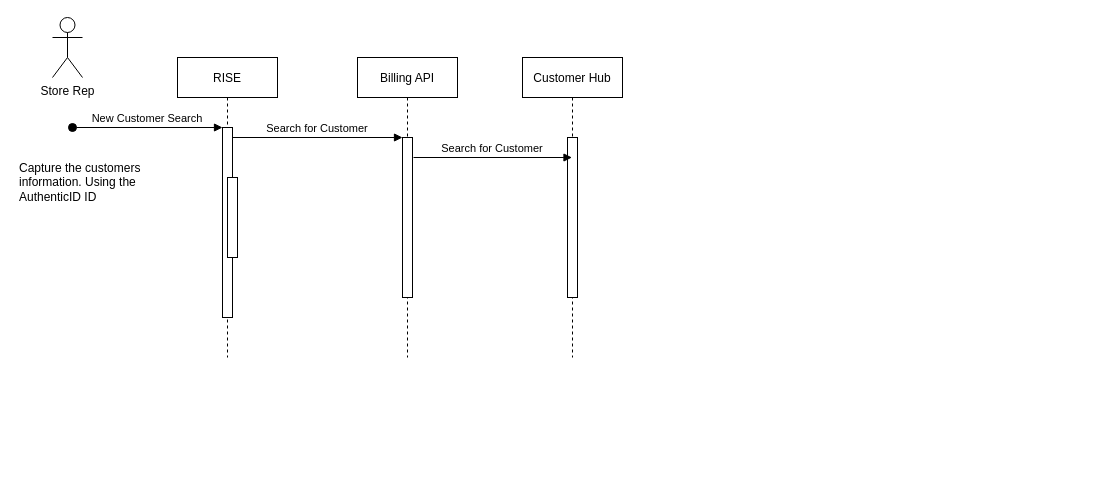
This is New_Customer.drawio from ilokos/NCIM, a draw.io file, before an edit. Source tidied: cells renumbered, new cells numbered last; positions are measured from the earlier drawing's top-left corner, leaving out a move shared by most shapes. Both pictures are drawn from the tidied source at 100%, with x=0, y=0 at pixel (17, 17).
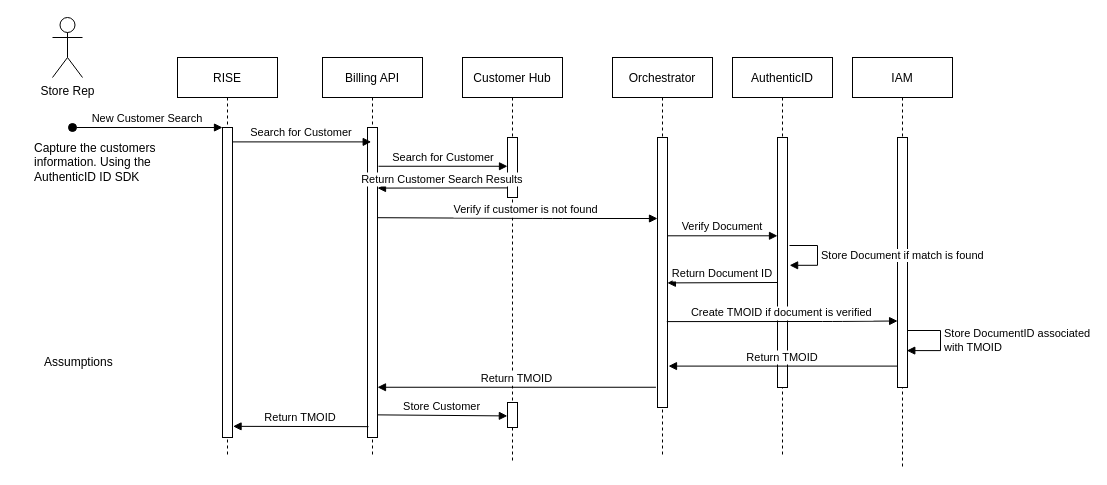
Above is the later version.

Change to the diagram source:
```diff
@@
     <mxCell id="2" value="RISE" style="shape=umlLifeline;perimeter=lifelinePerimeter;rounded=0;shadow=0;strokeWidth=1;" parent="1" vertex="1">
-      <mxGeometry x="160" y="40" width="100" height="300" as="geometry" />
+      <mxGeometry x="160" y="40" width="100" height="400" as="geometry" />
     </mxCell>
     <mxCell id="3" style="points=[];perimeter=orthogonalPerimeter;rounded=0;shadow=0;strokeWidth=1;" parent="2" vertex="1">
-      <mxGeometry x="45" y="70" width="10" height="190" as="geometry" />
+      <mxGeometry x="45" y="70" width="10" height="310" as="geometry" />
     </mxCell>
@@
-    <mxCell id="5" style="perimeter=orthogonalPerimeter;rounded=0;shadow=0;strokeWidth=1;" parent="2" vertex="1">
-      <mxGeometry x="50" y="120" width="10" height="80" as="geometry" />
-    </mxCell>
     <mxCell id="6" value="Billing API" style="shape=umlLifeline;perimeter=lifelinePerimeter;rounded=0;shadow=0;strokeWidth=1;" parent="1" vertex="1">
-      <mxGeometry x="340" y="40" width="100" height="300" as="geometry" />
+      <mxGeometry x="305" y="40" width="100" height="400" as="geometry" />
     </mxCell>
     <mxCell id="7" style="points=[];perimeter=orthogonalPerimeter;rounded=0;shadow=0;strokeWidth=1;" parent="6" vertex="1">
-      <mxGeometry x="45" y="80" width="10" height="160" as="geometry" />
+      <mxGeometry x="45" y="70" width="10" height="310" as="geometry" />
     </mxCell>
-    <mxCell id="8" value="Search for Customer" style="verticalAlign=bottom;endArrow=block;entryX=0;entryY=0;shadow=0;strokeWidth=1;" parent="1" edge="1" source="3" target="7">
-      <mxGeometry relative="1" as="geometry" />
+    <mxCell id="8" value="Search for Customer" style="verticalAlign=bottom;endArrow=block;entryX=0.487;entryY=0.261;shadow=0;strokeWidth=1;entryDx=0;entryDy=0;entryPerimeter=0;" parent="1" edge="1">
+      <mxGeometry relative="1" as="geometry">
+        <mxPoint x="215" y="124.4" as="sourcePoint" />
+        <mxPoint x="353.7" y="124.4" as="targetPoint" />
+      </mxGeometry>
     </mxCell>
@@
     <mxCell id="10" value="Customer Hub" style="shape=umlLifeline;perimeter=lifelinePerimeter;rounded=0;shadow=0;strokeWidth=1;" parent="1" vertex="1">
-      <mxGeometry x="505" y="40" width="100" height="300" as="geometry" />
+      <mxGeometry x="445" y="40" width="100" height="405" as="geometry" />
     </mxCell>
-    <mxCell id="11" style="perimeter=orthogonalPerimeter;rounded=0;shadow=0;strokeWidth=1;" parent="10" vertex="1">
-      <mxGeometry x="45" y="80" width="10" height="160" as="geometry" />
-    </mxCell>
+    <mxCell id="14" style="html=1;points=[];perimeter=orthogonalPerimeter;" parent="10" vertex="1">
+      <mxGeometry x="45" y="80" width="10" height="60" as="geometry" />
+    </mxCell>
+    <mxCell id="15" style="html=1;points=[];perimeter=orthogonalPerimeter;" parent="10" vertex="1">
+      <mxGeometry x="45" y="345" width="10" height="25" as="geometry" />
+    </mxCell>
-    <mxCell id="12" value="Search for Customer" style="verticalAlign=bottom;endArrow=block;shadow=0;strokeWidth=1;exitX=1.1;exitY=0.125;exitDx=0;exitDy=0;exitPerimeter=0;" parent="1" edge="1" source="7" target="10">
+    <mxCell id="12" value="Search for Customer" style="verticalAlign=bottom;endArrow=block;shadow=0;strokeWidth=1;exitX=1.1;exitY=0.125;exitDx=0;exitDy=0;exitPerimeter=0;" parent="1" edge="1" source="7" target="14">
       <mxGeometry relative="1" as="geometry" />
     </mxCell>
-    <mxCell id="13" value="Capture the customers information. Using the AuthenticID ID" style="text;html=1;strokeColor=none;fillColor=none;align=left;verticalAlign=middle;whiteSpace=wrap;rounded=0;" parent="1" vertex="1">
-      <mxGeometry y="140" width="160" height="50" as="geometry" />
+    <mxCell id="13" value="Capture the customers information. Using the AuthenticID ID SDK" style="text;html=1;strokeColor=none;fillColor=none;align=left;verticalAlign=middle;whiteSpace=wrap;rounded=0;" parent="1" vertex="1">
+      <mxGeometry x="15" y="120" width="160" height="50" as="geometry" />
     </mxCell>
+    <mxCell id="16" value="Orchestrator" style="shape=umlLifeline;perimeter=lifelinePerimeter;rounded=0;shadow=0;strokeWidth=1;" parent="1" vertex="1">
+      <mxGeometry x="595" y="40" width="100" height="400" as="geometry" />
+    </mxCell>
+    <mxCell id="17" style="points=[];perimeter=orthogonalPerimeter;rounded=0;shadow=0;strokeWidth=1;" parent="16" vertex="1">
+      <mxGeometry x="45" y="80" width="10" height="270" as="geometry" />
+    </mxCell>
+    <mxCell id="18" value="Return Customer Search Results" style="verticalAlign=bottom;endArrow=block;shadow=0;strokeWidth=1;exitX=-0.014;exitY=0.84;exitDx=0;exitDy=0;exitPerimeter=0;" parent="1" edge="1" source="14">
+      <mxGeometry relative="1" as="geometry">
+        <mxPoint x="360" y="170.6" as="targetPoint" />
+      </mxGeometry>
+    </mxCell>
+    <mxCell id="19" value="Assumptions" style="text;html=1;strokeColor=none;fillColor=none;align=left;verticalAlign=middle;whiteSpace=wrap;rounded=0;" parent="1" vertex="1">
+      <mxGeometry x="25" y="320" width="160" height="50" as="geometry" />
+    </mxCell>
+    <mxCell id="20" value="IAM" style="shape=umlLifeline;perimeter=lifelinePerimeter;rounded=0;shadow=0;strokeWidth=1;" parent="1" vertex="1">
+      <mxGeometry x="835" y="40" width="100" height="410" as="geometry" />
+    </mxCell>
+    <mxCell id="21" style="perimeter=orthogonalPerimeter;rounded=0;shadow=0;strokeWidth=1;" parent="20" vertex="1">
+      <mxGeometry x="45" y="80" width="10" height="250" as="geometry" />
+    </mxCell>
+    <mxCell id="22" value="Store DocumentID associated &lt;br&gt;with TMOID" style="edgeStyle=orthogonalEdgeStyle;html=1;align=left;spacingLeft=2;endArrow=block;rounded=0;entryX=0.929;entryY=0.87;entryDx=0;entryDy=0;entryPerimeter=0;" parent="20" edge="1">
+      <mxGeometry relative="1" as="geometry">
+        <mxPoint x="55" y="273" as="sourcePoint" />
+        <mxPoint x="54.3" y="293.1" as="targetPoint" />
+        <Array as="points">
+          <mxPoint x="88" y="273" />
+          <mxPoint x="88" y="293" />
+        </Array>
+      </mxGeometry>
+    </mxCell>
+    <mxCell id="23" value="Verify if customer is not found" style="verticalAlign=bottom;endArrow=block;shadow=0;strokeWidth=1;exitX=0.957;exitY=0.273;exitDx=0;exitDy=0;exitPerimeter=0;" parent="1" edge="1">
+      <mxGeometry x="0.28" y="30" relative="1" as="geometry">
+        <mxPoint x="359.6" y="200.2" as="sourcePoint" />
+        <mxPoint x="640" y="201" as="targetPoint" />
+        <Array as="points">
+          <mxPoint x="535" y="201" />
+        </Array>
+        <mxPoint x="-30" y="30" as="offset" />
+      </mxGeometry>
+    </mxCell>
+    <mxCell id="24" value="AuthenticID" style="shape=umlLifeline;perimeter=lifelinePerimeter;rounded=0;shadow=0;strokeWidth=1;" parent="1" vertex="1">
+      <mxGeometry x="715" y="40" width="100" height="400" as="geometry" />
+    </mxCell>
+    <mxCell id="25" style="perimeter=orthogonalPerimeter;rounded=0;shadow=0;strokeWidth=1;" parent="24" vertex="1">
+      <mxGeometry x="45" y="80" width="10" height="250" as="geometry" />
+    </mxCell>
+    <mxCell id="26" value="Verify Document" style="verticalAlign=bottom;endArrow=block;shadow=0;strokeWidth=1;exitX=1.071;exitY=0.757;exitDx=0;exitDy=0;exitPerimeter=0;" parent="24" edge="1">
+      <mxGeometry relative="1" as="geometry">
+        <mxPoint x="-65" y="178.3" as="sourcePoint" />
+        <mxPoint x="45" y="178.3" as="targetPoint" />
+      </mxGeometry>
+    </mxCell>
+    <mxCell id="27" value="Store Document if match is found" style="edgeStyle=orthogonalEdgeStyle;html=1;align=left;spacingLeft=2;endArrow=block;rounded=0;entryX=1.214;entryY=0.523;entryDx=0;entryDy=0;entryPerimeter=0;" parent="24" edge="1">
+      <mxGeometry relative="1" as="geometry">
+        <mxPoint x="57" y="188" as="sourcePoint" />
+        <mxPoint x="57.1" y="207.8" as="targetPoint" />
+        <Array as="points">
+          <mxPoint x="85" y="188" />
+          <mxPoint x="85" y="208" />
+        </Array>
+      </mxGeometry>
+    </mxCell>
+    <mxCell id="28" value="Create TMOID if document is verified" style="verticalAlign=bottom;endArrow=block;shadow=0;strokeWidth=1;exitX=0.929;exitY=0.515;exitDx=0;exitDy=0;exitPerimeter=0;entryX=0.014;entryY=0.512;entryDx=0;entryDy=0;entryPerimeter=0;" parent="1" edge="1">
+      <mxGeometry relative="1" as="geometry">
+        <mxPoint x="649.3" y="304.1" as="sourcePoint" />
+        <mxPoint x="880.1" y="303.5" as="targetPoint" />
+        <Array as="points">
+          <mxPoint x="815" y="304" />
+        </Array>
+      </mxGeometry>
+    </mxCell>
+    <mxCell id="29" value="Return TMOID" style="verticalAlign=bottom;endArrow=block;shadow=0;strokeWidth=1;exitX=-0.1;exitY=0.665;exitDx=0;exitDy=0;exitPerimeter=0;" parent="1" edge="1">
+      <mxGeometry relative="1" as="geometry">
+        <mxPoint x="880" y="348.6" as="sourcePoint" />
+        <mxPoint x="651" y="348.6" as="targetPoint" />
+      </mxGeometry>
+    </mxCell>
+    <mxCell id="30" value="Return Document ID" style="verticalAlign=bottom;endArrow=block;shadow=0;strokeWidth=1;entryX=0.986;entryY=0.597;entryDx=0;entryDy=0;entryPerimeter=0;" parent="1" edge="1">
+      <mxGeometry relative="1" as="geometry">
+        <mxPoint x="760" y="265" as="sourcePoint" />
+        <mxPoint x="649.9" y="265.4" as="targetPoint" />
+      </mxGeometry>
+    </mxCell>
+    <mxCell id="31" value="Return TMOID" style="verticalAlign=bottom;endArrow=block;shadow=0;strokeWidth=1;exitX=-0.157;exitY=0.925;exitDx=0;exitDy=0;exitPerimeter=0;" parent="1" edge="1" source="17" target="7">
+      <mxGeometry relative="1" as="geometry" />
+    </mxCell>
+    <mxCell id="32" value="Return TMOID" style="verticalAlign=bottom;endArrow=block;shadow=0;strokeWidth=1;exitX=0.1;exitY=0.965;exitDx=0;exitDy=0;exitPerimeter=0;entryX=1.057;entryY=0.964;entryDx=0;entryDy=0;entryPerimeter=0;" parent="1" edge="1" source="7" target="3">
+      <mxGeometry relative="1" as="geometry" />
+    </mxCell>
+    <mxCell id="33" value="Store Customer" style="verticalAlign=bottom;endArrow=block;shadow=0;strokeWidth=1;exitX=0.957;exitY=0.927;exitDx=0;exitDy=0;exitPerimeter=0;entryX=-0.014;entryY=0.537;entryDx=0;entryDy=0;entryPerimeter=0;" parent="1" edge="1" source="7" target="15">
+      <mxGeometry relative="1" as="geometry" />
+    </mxCell>
```
